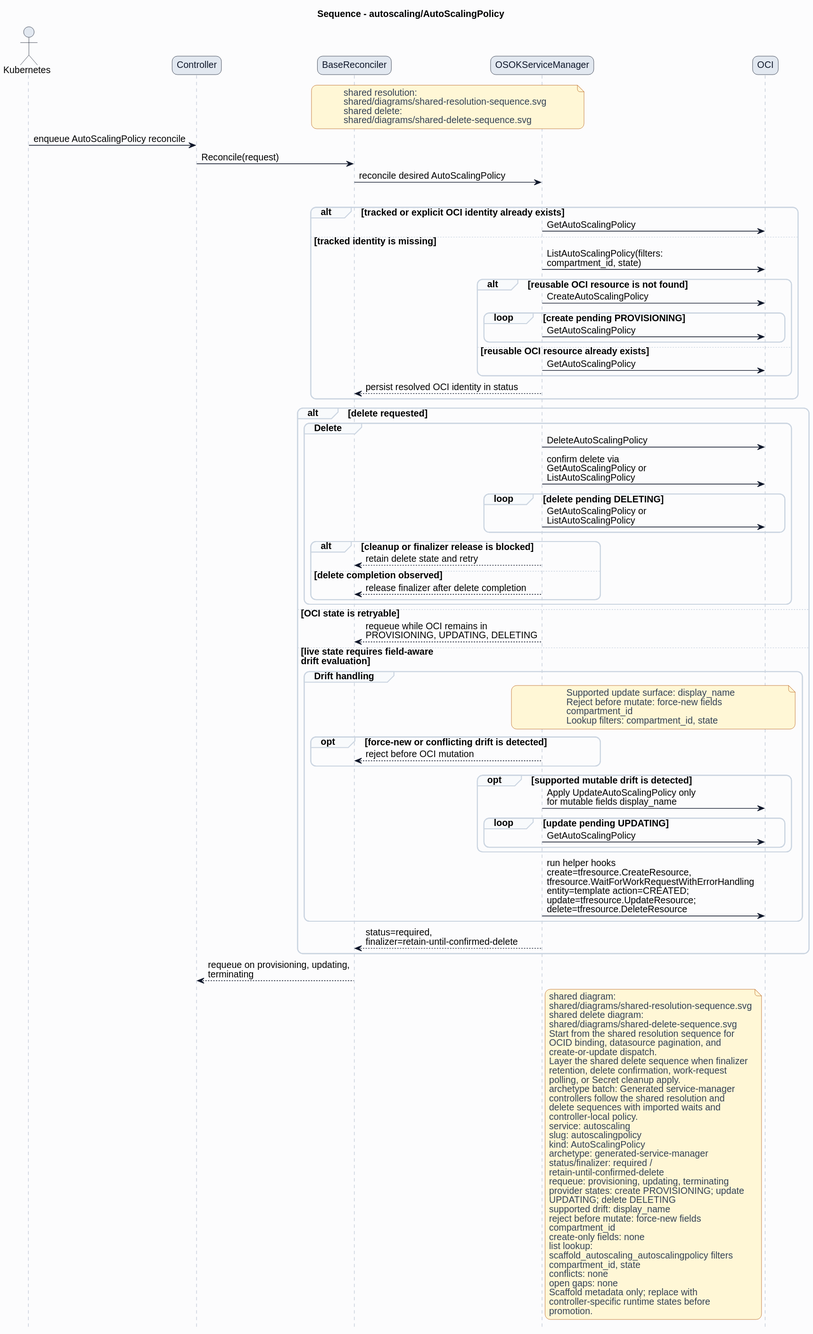
The PlantUML diagram formal/controllers/autoscaling/autoscalingpolicy/diagrams/sequence.svg in HaoyL666/oci-service-operator, before a commit.
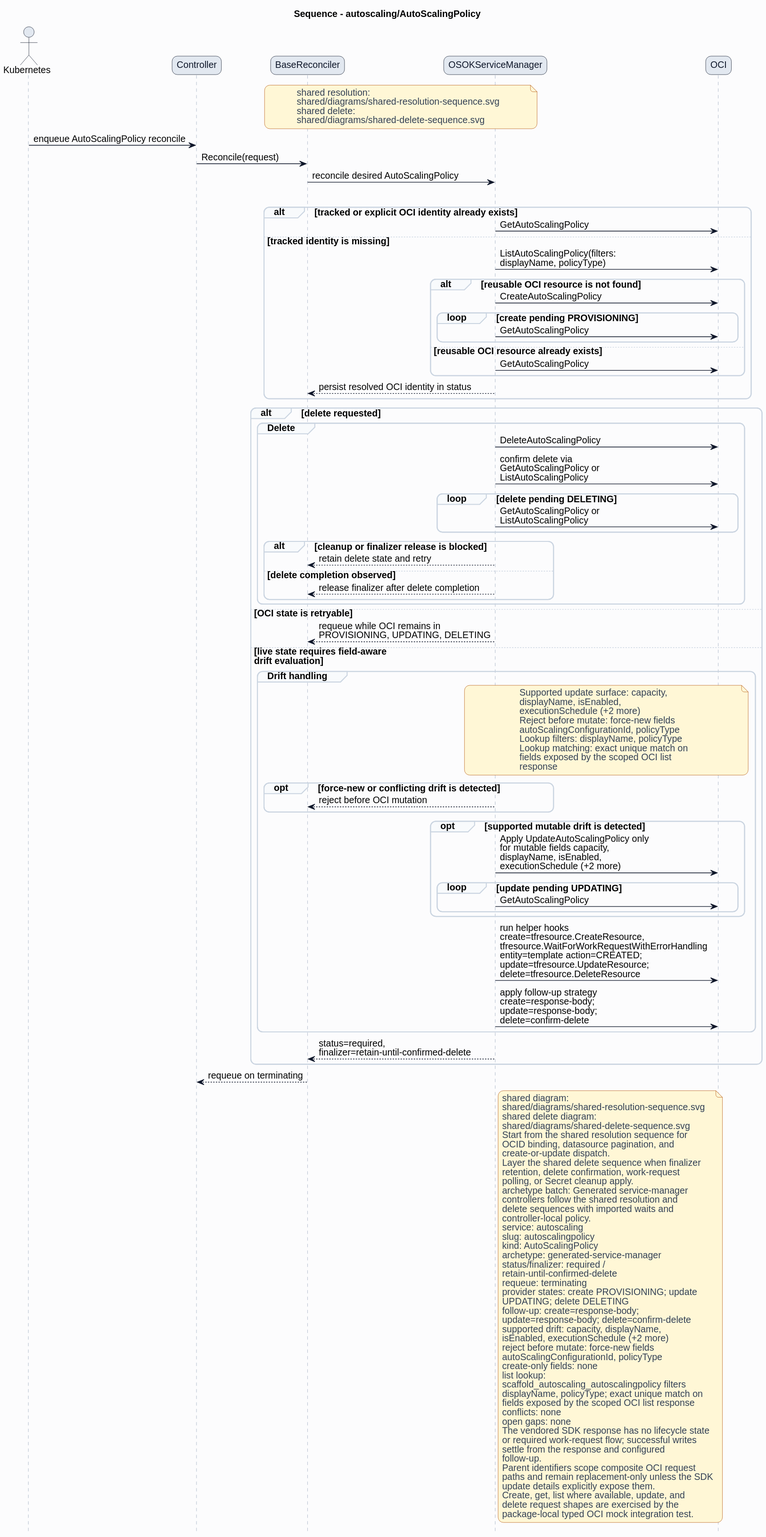
The same diagram one commit later.

The edit, as a diff of the source:
```diff
@@ -38,7 +38,7 @@
 alt tracked or explicit OCI identity already exists
 ServiceManager -> OCI: GetAutoScalingPolicy
 else tracked identity is missing
-ServiceManager -> OCI: ListAutoScalingPolicy(filters:\ncompartment_id, state)
+ServiceManager -> OCI: ListAutoScalingPolicy(filters:\ndisplayName, policyType)
 alt reusable OCI resource is not found
 ServiceManager -> OCI: CreateAutoScalingPolicy
 loop create pending PROVISIONING
@@ -67,25 +67,31 @@
 else live state requires field-aware\ndrift evaluation
 group Drift handling
 note over ServiceManager,OCI
-Supported update surface: display_name
+Supported update surface: capacity,
+displayName, isEnabled,
+executionSchedule (+2 more)
 Reject before mutate: force-new fields
-compartment_id
-Lookup filters: compartment_id, state
+autoScalingConfigurationId, policyType
+Lookup filters: displayName, policyType
+Lookup matching: exact unique match on
+fields exposed by the scoped OCI list
+response
 end note
 opt force-new or conflicting drift is detected
 ServiceManager --> BaseReconciler: reject before OCI mutation
 end
 opt supported mutable drift is detected
-ServiceManager -> OCI: Apply UpdateAutoScalingPolicy only\nfor mutable fields display_name
+ServiceManager -> OCI: Apply UpdateAutoScalingPolicy only\nfor mutable fields capacity,\ndisplayName, isEnabled,\nexecutionSchedule (+2 more)
 loop update pending UPDATING
 ServiceManager -> OCI: GetAutoScalingPolicy
 end
 end
 ServiceManager -> OCI: run helper hooks\ncreate=tfresource.CreateResource,\ntfresource.WaitForWorkRequestWithErrorHandling\nentity=template action=CREATED;\nupdate=tfresource.UpdateResource;\ndelete=tfresource.DeleteResource
+ServiceManager -> OCI: apply follow-up strategy\ncreate=response-body;\nupdate=response-body;\ndelete=confirm-delete
 end
 ServiceManager --> BaseReconciler: status=required,\nfinalizer=retain-until-confirmed-delete
 end
-BaseReconciler --> Controller: requeue on provisioning, updating,\nterminating
+BaseReconciler --> Controller: requeue on terminating
 note right of ServiceManager
 shared diagram:
 shared/diagrams/shared-resolution-sequence.svg
@@ -107,20 +113,31 @@
 archetype: generated-service-manager
 status/finalizer: required /
 retain-until-confirmed-delete
-requeue: provisioning, updating, terminating
+requeue: terminating
 provider states: create PROVISIONING; update
 UPDATING; delete DELETING
-supported drift: display_name
+follow-up: create=response-body;
+update=response-body; delete=confirm-delete
+supported drift: capacity, displayName,
+isEnabled, executionSchedule (+2 more)
 reject before mutate: force-new fields
-compartment_id
+autoScalingConfigurationId, policyType
 create-only fields: none
 list lookup:
 scaffold_autoscaling_autoscalingpolicy filters
-compartment_id, state
+displayName, policyType; exact unique match on
+fields exposed by the scoped OCI list response
 conflicts: none
 open gaps: none
-Scaffold metadata only; replace with
-controller-specific runtime states before
-promotion.
+The vendored SDK response has no lifecycle state
+or required work-request flow; successful writes
+settle from the response and configured
+follow-up.
+Parent identifiers scope composite OCI request
+paths and remain replacement-only unless the SDK
+update details explicitly expose them.
+Create, get, list where available, update, and
+delete request shapes are exercised by the
+package-local typed OCI mock integration test.
 end note
 @enduml
```
